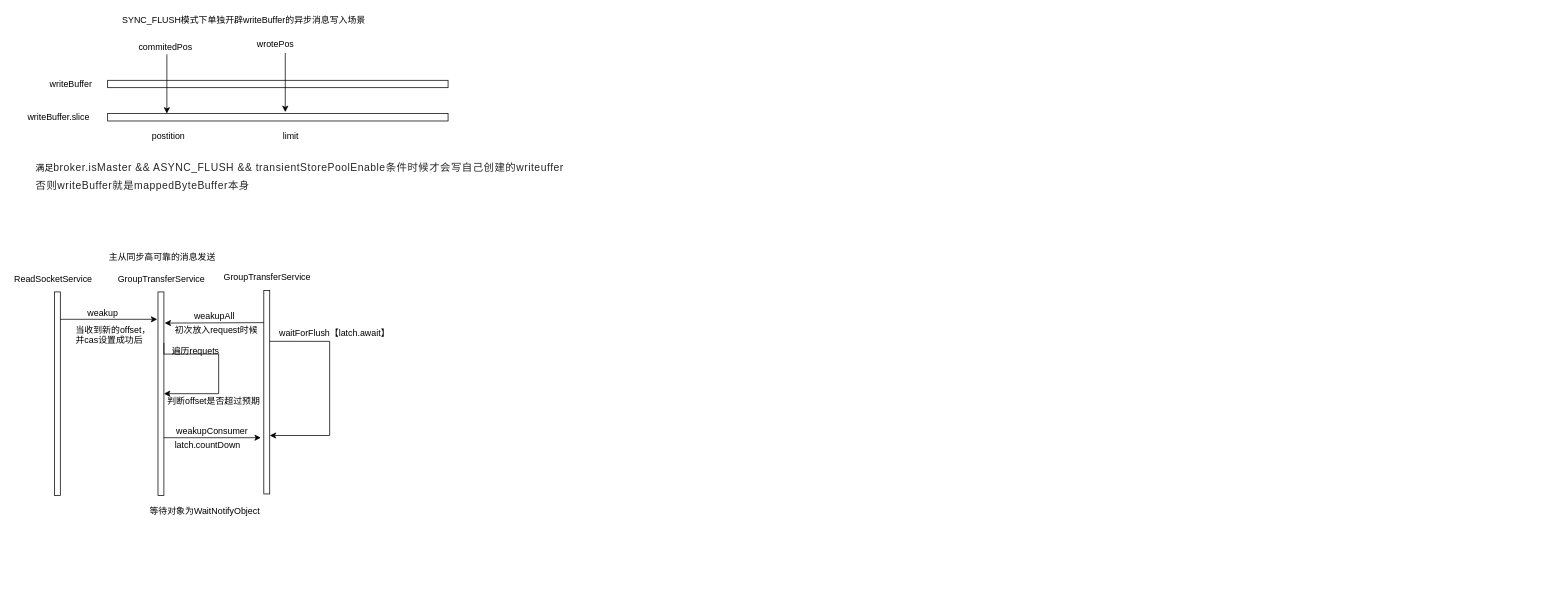
The draw.io diagram rocketmq.drawio in MihirrajDixit/drawio, before the edit. Source tidied: cells renumbered, new cells numbered last; positions are measured from the earlier drawing's top-left corner, leaving out a move shared by most shapes. Both pictures are drawn from the tidied source at 74%, with x=0, y=0 at pixel (13, 13).
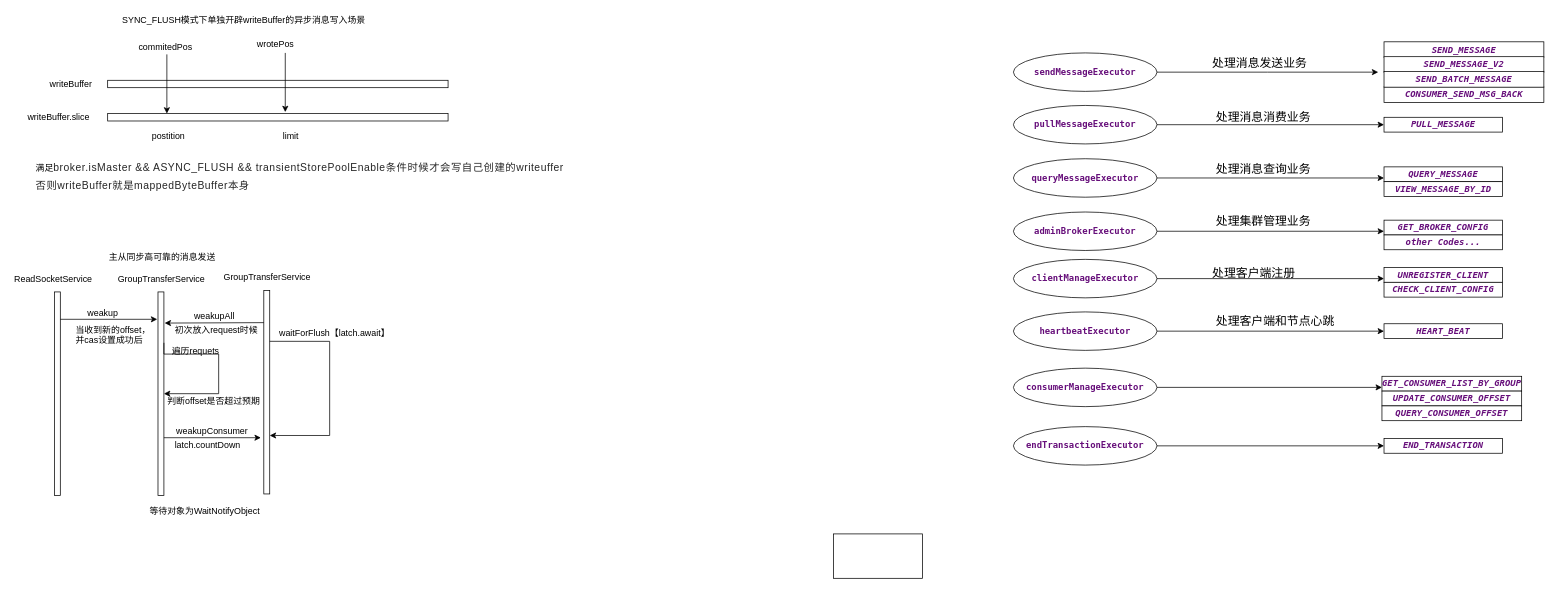
Above is the later version.

Change to the diagram source:
```diff
@@
+    <mxCell id="36" style="edgeStyle=orthogonalEdgeStyle;rounded=0;jettySize=auto;html=1;" parent="1" edge="1" source="37">
+      <mxGeometry relative="1" as="geometry">
+        <mxPoint x="1845" y="80" as="targetPoint" />
+      </mxGeometry>
+    </mxCell>
+    <mxCell id="37" value="&lt;pre style=&quot;font-family: &amp;#34;menlo&amp;#34; ; font-size: 9pt&quot;&gt;&lt;span style=&quot;color: #660e7a ; font-weight: bold&quot;&gt;sendMessageExecutor&lt;/span&gt;&lt;/pre&gt;" style="ellipse;whiteSpace=wrap;html=1;" parent="1" vertex="1">
+      <mxGeometry x="1352" y="54" width="194" height="52" as="geometry" />
+    </mxCell>
+    <mxCell id="38" style="edgeStyle=orthogonalEdgeStyle;rounded=0;jettySize=auto;html=1;exitX=1;exitY=0.5;exitDx=0;exitDy=0;" parent="1" edge="1" source="39" target="53">
+      <mxGeometry relative="1" as="geometry" />
+    </mxCell>
+    <mxCell id="39" value="&lt;pre style=&quot;font-family: &amp;#34;menlo&amp;#34; ; font-size: 9pt&quot;&gt;&lt;pre style=&quot;font-family: &amp;#34;menlo&amp;#34; ; font-size: 9pt&quot;&gt;&lt;span style=&quot;color: #660e7a ; font-weight: bold&quot;&gt;pullMessageExecutor&lt;/span&gt;&lt;/pre&gt;&lt;/pre&gt;" style="ellipse;whiteSpace=wrap;html=1;" parent="1" vertex="1">
+      <mxGeometry x="1352" y="125" width="194" height="52" as="geometry" />
+    </mxCell>
+    <mxCell id="40" style="edgeStyle=orthogonalEdgeStyle;rounded=0;jettySize=auto;html=1;exitX=1;exitY=0.5;exitDx=0;exitDy=0;entryX=0;entryY=0.75;entryDx=0;entryDy=0;" parent="1" edge="1" source="41" target="68">
+      <mxGeometry relative="1" as="geometry" />
+    </mxCell>
+    <mxCell id="41" value="&lt;pre style=&quot;font-family: &amp;#34;menlo&amp;#34; ; font-size: 9pt&quot;&gt;&lt;pre style=&quot;font-family: &amp;#34;menlo&amp;#34; ; font-size: 9pt&quot;&gt;&lt;span style=&quot;color: #660e7a ; font-weight: bold&quot;&gt;queryMessageExecutor&lt;/span&gt;&lt;/pre&gt;&lt;/pre&gt;" style="ellipse;whiteSpace=wrap;html=1;" parent="1" vertex="1">
+      <mxGeometry x="1352" y="197" width="194" height="52" as="geometry" />
+    </mxCell>
+    <mxCell id="42" style="edgeStyle=orthogonalEdgeStyle;rounded=0;jettySize=auto;html=1;exitX=1;exitY=0.5;exitDx=0;exitDy=0;entryX=0;entryY=0.75;entryDx=0;entryDy=0;" parent="1" edge="1" source="43" target="71">
+      <mxGeometry relative="1" as="geometry" />
+    </mxCell>
+    <mxCell id="43" value="&lt;pre style=&quot;font-family: &amp;#34;menlo&amp;#34; ; font-size: 9pt&quot;&gt;&lt;pre style=&quot;font-family: &amp;#34;menlo&amp;#34; ; font-size: 9pt&quot;&gt;&lt;pre style=&quot;font-family: &amp;#34;menlo&amp;#34; ; font-size: 9pt&quot;&gt;&lt;span style=&quot;color: #660e7a ; font-weight: bold&quot;&gt;adminBrokerExecutor&lt;/span&gt;&lt;/pre&gt;&lt;/pre&gt;&lt;/pre&gt;" style="ellipse;whiteSpace=wrap;html=1;" parent="1" vertex="1">
+      <mxGeometry x="1352" y="269" width="194" height="52" as="geometry" />
+    </mxCell>
+    <mxCell id="44" style="edgeStyle=orthogonalEdgeStyle;rounded=0;jettySize=auto;html=1;exitX=1;exitY=0.5;exitDx=0;exitDy=0;entryX=0;entryY=0.75;entryDx=0;entryDy=0;" parent="1" edge="1" source="45" target="55">
+      <mxGeometry relative="1" as="geometry" />
+    </mxCell>
+    <mxCell id="45" value="&lt;pre style=&quot;font-family: &amp;#34;menlo&amp;#34; ; font-size: 9pt&quot;&gt;&lt;pre style=&quot;font-family: &amp;#34;menlo&amp;#34; ; font-size: 9pt&quot;&gt;&lt;span style=&quot;color: #660e7a ; font-weight: bold&quot;&gt;clientManageExecutor&lt;/span&gt;&lt;/pre&gt;&lt;/pre&gt;" style="ellipse;whiteSpace=wrap;html=1;" parent="1" vertex="1">
+      <mxGeometry x="1352" y="333" width="194" height="52" as="geometry" />
+    </mxCell>
+    <mxCell id="46" style="edgeStyle=orthogonalEdgeStyle;rounded=0;jettySize=auto;html=1;exitX=1;exitY=0.5;exitDx=0;exitDy=0;entryX=0;entryY=0.5;entryDx=0;entryDy=0;" parent="1" edge="1" source="47" target="54">
+      <mxGeometry relative="1" as="geometry" />
+    </mxCell>
+    <mxCell id="47" value="&lt;pre style=&quot;font-family: &amp;#34;menlo&amp;#34; ; font-size: 9pt&quot;&gt;&lt;pre style=&quot;font-family: &amp;#34;menlo&amp;#34; ; font-size: 9pt&quot;&gt;&lt;pre style=&quot;font-family: &amp;#34;menlo&amp;#34; ; font-size: 9pt&quot;&gt;&lt;span style=&quot;color: #660e7a ; font-weight: bold&quot;&gt;heartbeatExecutor&lt;/span&gt;&lt;/pre&gt;&lt;/pre&gt;&lt;/pre&gt;" style="ellipse;whiteSpace=wrap;html=1;" parent="1" vertex="1">
+      <mxGeometry x="1352" y="404" width="194" height="52" as="geometry" />
+    </mxCell>
+    <mxCell id="48" style="edgeStyle=orthogonalEdgeStyle;rounded=0;jettySize=auto;html=1;exitX=1;exitY=0.5;exitDx=0;exitDy=0;entryX=0;entryY=0.75;entryDx=0;entryDy=0;" parent="1" edge="1" source="49" target="58">
+      <mxGeometry relative="1" as="geometry" />
+    </mxCell>
+    <mxCell id="49" value="&lt;pre style=&quot;font-family: &amp;#34;menlo&amp;#34; ; font-size: 9pt&quot;&gt;&lt;pre style=&quot;font-family: &amp;#34;menlo&amp;#34; ; font-size: 9pt&quot;&gt;&lt;pre style=&quot;font-family: &amp;#34;menlo&amp;#34; ; font-size: 9pt&quot;&gt;&lt;span style=&quot;color: #660e7a ; font-weight: bold&quot;&gt;consumerManageExecutor&lt;/span&gt;&lt;/pre&gt;&lt;/pre&gt;&lt;/pre&gt;" style="ellipse;whiteSpace=wrap;html=1;" parent="1" vertex="1">
+      <mxGeometry x="1352" y="480" width="194" height="52" as="geometry" />
+    </mxCell>
+    <mxCell id="50" style="edgeStyle=orthogonalEdgeStyle;rounded=0;jettySize=auto;html=1;exitX=1;exitY=0.5;exitDx=0;exitDy=0;entryX=0;entryY=0.5;entryDx=0;entryDy=0;" parent="1" edge="1" source="51" target="61">
+      <mxGeometry relative="1" as="geometry" />
+    </mxCell>
+    <mxCell id="51" value="&lt;pre style=&quot;font-family: &amp;#34;menlo&amp;#34; ; font-size: 9pt&quot;&gt;&lt;pre style=&quot;font-family: &amp;#34;menlo&amp;#34; ; font-size: 9pt&quot;&gt;&lt;pre style=&quot;font-family: &amp;#34;menlo&amp;#34; ; font-size: 9pt&quot;&gt;&lt;pre style=&quot;font-family: &amp;#34;menlo&amp;#34; ; font-size: 9pt&quot;&gt;&lt;span style=&quot;color: #660e7a ; font-weight: bold&quot;&gt;endTransactionExecutor&lt;/span&gt;&lt;/pre&gt;&lt;/pre&gt;&lt;/pre&gt;&lt;/pre&gt;" style="ellipse;whiteSpace=wrap;html=1;" parent="1" vertex="1">
+      <mxGeometry x="1352" y="559" width="194" height="52" as="geometry" />
+    </mxCell>
+    <mxCell id="52" style="rounded=0;whiteSpace=wrap;html=1;" parent="1" vertex="1">
+      <mxGeometry x="1109" y="704" width="120" height="60" as="geometry" />
+    </mxCell>
+    <mxCell id="53" value="&lt;pre style=&quot;font-family: &amp;#34;menlo&amp;#34; ; font-size: 9pt&quot;&gt;&lt;span style=&quot;color: #660e7a ; font-weight: bold ; font-style: italic&quot;&gt;PULL_MESSAGE&lt;/span&gt;&lt;/pre&gt;" style="rounded=0;whiteSpace=wrap;html=1;" parent="1" vertex="1">
+      <mxGeometry x="1852.8" y="141" width="160" height="20" as="geometry" />
+    </mxCell>
+    <mxCell id="54" value="&lt;pre style=&quot;font-family: &amp;#34;menlo&amp;#34; ; font-size: 9pt&quot;&gt;&lt;pre style=&quot;font-family: &amp;#34;menlo&amp;#34; ; font-size: 9pt&quot;&gt;&lt;span style=&quot;color: #660e7a ; font-weight: bold ; font-style: italic&quot;&gt;HEART_BEAT&lt;/span&gt;&lt;/pre&gt;&lt;/pre&gt;" style="rounded=0;whiteSpace=wrap;html=1;" parent="1" vertex="1">
+      <mxGeometry x="1852.8" y="420" width="160" height="20" as="geometry" />
+    </mxCell>
+    <mxCell id="55" value="&lt;pre style=&quot;font-family: &amp;#34;menlo&amp;#34; ; font-size: 9pt&quot;&gt;&lt;pre style=&quot;font-family: &amp;#34;menlo&amp;#34; ; font-size: 9pt&quot;&gt;&lt;pre style=&quot;font-family: &amp;#34;menlo&amp;#34; ; font-size: 9pt&quot;&gt;&lt;span style=&quot;color: #660e7a ; font-weight: bold ; font-style: italic&quot;&gt;UNREGISTER_CLIENT&lt;/span&gt;&lt;/pre&gt;&lt;/pre&gt;&lt;/pre&gt;" style="rounded=0;whiteSpace=wrap;html=1;" parent="1" vertex="1">
+      <mxGeometry x="1852.8" y="344" width="160" height="20" as="geometry" />
+    </mxCell>
+    <mxCell id="56" value="&lt;pre style=&quot;font-family: &amp;#34;menlo&amp;#34; ; font-size: 9pt&quot;&gt;&lt;pre style=&quot;font-family: &amp;#34;menlo&amp;#34; ; font-size: 9pt&quot;&gt;&lt;pre style=&quot;font-family: &amp;#34;menlo&amp;#34; ; font-size: 9pt&quot;&gt;&lt;span style=&quot;color: #660e7a ; font-weight: bold ; font-style: italic&quot;&gt;CHECK_CLIENT_CONFIG&lt;/span&gt;&lt;/pre&gt;&lt;/pre&gt;&lt;/pre&gt;" style="rounded=0;whiteSpace=wrap;html=1;" parent="1" vertex="1">
+      <mxGeometry x="1852.8" y="364" width="160" height="20" as="geometry" />
+    </mxCell>
+    <mxCell id="57" style="group;" parent="1" vertex="1">
+      <mxGeometry x="1822.8" y="491" width="216" height="60" as="geometry" />
+    </mxCell>
+    <mxCell id="58" value="&lt;pre style=&quot;font-family: &amp;#34;menlo&amp;#34; ; font-size: 9pt&quot;&gt;&lt;pre style=&quot;font-family: &amp;#34;menlo&amp;#34; ; font-size: 9pt&quot;&gt;&lt;pre style=&quot;font-family: &amp;#34;menlo&amp;#34; ; font-size: 9pt&quot;&gt;&lt;pre style=&quot;font-family: &amp;#34;menlo&amp;#34; ; font-size: 9pt&quot;&gt;&lt;span style=&quot;color: #660e7a ; font-weight: bold ; font-style: italic&quot;&gt;GET_CONSUMER_LIST_BY_GROUP&lt;/span&gt;&lt;/pre&gt;&lt;/pre&gt;&lt;/pre&gt;&lt;/pre&gt;" style="rounded=0;whiteSpace=wrap;html=1;" parent="57" vertex="1">
+      <mxGeometry x="27.2" width="188.8" height="20" as="geometry" />
+    </mxCell>
+    <mxCell id="59" value="&lt;pre style=&quot;font-family: &amp;#34;menlo&amp;#34; ; font-size: 9pt&quot;&gt;&lt;pre style=&quot;font-family: &amp;#34;menlo&amp;#34; ; font-size: 9pt&quot;&gt;&lt;pre style=&quot;font-family: &amp;#34;menlo&amp;#34; ; font-size: 9pt&quot;&gt;&lt;pre style=&quot;font-family: &amp;#34;menlo&amp;#34; ; font-size: 9pt&quot;&gt;&lt;span style=&quot;color: #660e7a ; font-weight: bold ; font-style: italic&quot;&gt;UPDATE_CONSUMER_OFFSET&lt;/span&gt;&lt;/pre&gt;&lt;/pre&gt;&lt;/pre&gt;&lt;/pre&gt;" style="rounded=0;whiteSpace=wrap;html=1;" parent="57" vertex="1">
+      <mxGeometry x="27.2" y="20" width="188.8" height="20" as="geometry" />
+    </mxCell>
+    <mxCell id="60" value="&lt;pre style=&quot;font-family: &amp;#34;menlo&amp;#34; ; font-size: 9pt&quot;&gt;&lt;pre style=&quot;font-family: &amp;#34;menlo&amp;#34; ; font-size: 9pt&quot;&gt;&lt;pre style=&quot;font-family: &amp;#34;menlo&amp;#34; ; font-size: 9pt&quot;&gt;&lt;pre style=&quot;font-family: &amp;#34;menlo&amp;#34; ; font-size: 9pt&quot;&gt;&lt;pre style=&quot;font-family: &amp;#34;menlo&amp;#34; ; font-size: 9pt&quot;&gt;&lt;span style=&quot;color: #660e7a ; font-weight: bold ; font-style: italic&quot;&gt;QUERY_CONSUMER_OFFSET&lt;/span&gt;&lt;/pre&gt;&lt;/pre&gt;&lt;/pre&gt;&lt;/pre&gt;&lt;/pre&gt;" style="rounded=0;whiteSpace=wrap;html=1;" parent="57" vertex="1">
+      <mxGeometry x="27.2" y="40" width="188.8" height="20" as="geometry" />
+    </mxCell>
+    <mxCell id="61" value="&lt;pre style=&quot;font-family: &amp;#34;menlo&amp;#34; ; font-size: 9pt&quot;&gt;&lt;pre style=&quot;font-family: &amp;#34;menlo&amp;#34; ; font-size: 9pt&quot;&gt;&lt;pre style=&quot;font-family: &amp;#34;menlo&amp;#34; ; font-size: 9pt&quot;&gt;&lt;span style=&quot;color: #660e7a ; font-weight: bold ; font-style: italic&quot;&gt;END_TRANSACTION&lt;/span&gt;&lt;/pre&gt;&lt;/pre&gt;&lt;/pre&gt;" style="rounded=0;whiteSpace=wrap;html=1;" parent="1" vertex="1">
+      <mxGeometry x="1852.8" y="575" width="160" height="20" as="geometry" />
+    </mxCell>
+    <mxCell id="62" style="group;" parent="1" vertex="1">
+      <mxGeometry x="1852.8" y="39" width="216" height="82" as="geometry" />
+    </mxCell>
+    <mxCell id="63" value="&lt;pre style=&quot;font-family: &amp;#34;menlo&amp;#34; ; font-size: 9pt&quot;&gt;&lt;span style=&quot;color: #660e7a ; font-weight: bold ; font-style: italic&quot;&gt;CONSUMER_SEND_MSG_BACK&lt;/span&gt;&lt;/pre&gt;" style="rounded=0;whiteSpace=wrap;html=1;" parent="62" vertex="1">
+      <mxGeometry y="60.9" width="216" height="21.1" as="geometry" />
+    </mxCell>
+    <mxCell id="64" value="&lt;pre style=&quot;font-family: &amp;#34;menlo&amp;#34; ; font-size: 9pt&quot;&gt;&lt;span style=&quot;color: #660e7a ; font-weight: bold ; font-style: italic&quot;&gt;SEND_MESSAGE&lt;/span&gt;&lt;/pre&gt;" style="rounded=0;whiteSpace=wrap;html=1;" parent="62" vertex="1">
+      <mxGeometry width="216" height="21.1" as="geometry" />
+    </mxCell>
+    <mxCell id="65" value="&lt;pre style=&quot;font-family: &amp;#34;menlo&amp;#34; ; font-size: 9pt&quot;&gt;&lt;span style=&quot;color: #660e7a ; font-weight: bold ; font-style: italic&quot;&gt;SEND_MESSAGE_V2&lt;/span&gt;&lt;/pre&gt;" style="rounded=0;whiteSpace=wrap;html=1;" parent="62" vertex="1">
+      <mxGeometry y="20.1" width="216" height="21.1" as="geometry" />
+    </mxCell>
+    <mxCell id="66" value="&lt;pre style=&quot;font-family: &amp;#34;menlo&amp;#34; ; font-size: 9pt&quot;&gt;&lt;span style=&quot;color: #660e7a ; font-weight: bold ; font-style: italic&quot;&gt;SEND_BATCH_MESSAGE&lt;/span&gt;&lt;/pre&gt;" style="rounded=0;whiteSpace=wrap;html=1;" parent="62" vertex="1">
+      <mxGeometry y="40.2" width="216" height="21.1" as="geometry" />
+    </mxCell>
+    <mxCell id="67" style="group;" parent="1" vertex="1">
+      <mxGeometry x="1852.8" y="208" width="160" height="40" as="geometry" />
+    </mxCell>
+    <mxCell id="68" value="&lt;pre style=&quot;font-family: &amp;#34;menlo&amp;#34; ; font-size: 9pt&quot;&gt;&lt;pre style=&quot;font-family: &amp;#34;menlo&amp;#34; ; font-size: 9pt&quot;&gt;&lt;span style=&quot;color: #660e7a ; font-weight: bold ; font-style: italic&quot;&gt;QUERY_MESSAGE&lt;/span&gt;&lt;/pre&gt;&lt;/pre&gt;" style="rounded=0;whiteSpace=wrap;html=1;" parent="67" vertex="1">
+      <mxGeometry width="160" height="20" as="geometry" />
+    </mxCell>
+    <mxCell id="69" value="&lt;pre style=&quot;font-family: &amp;#34;menlo&amp;#34; ; font-size: 9pt&quot;&gt;&lt;pre style=&quot;font-family: &amp;#34;menlo&amp;#34; ; font-size: 9pt&quot;&gt;&lt;span style=&quot;color: #660e7a ; font-weight: bold ; font-style: italic&quot;&gt;VIEW_MESSAGE_BY_ID&lt;/span&gt;&lt;/pre&gt;&lt;/pre&gt;" style="rounded=0;whiteSpace=wrap;html=1;" parent="67" vertex="1">
+      <mxGeometry y="20" width="160" height="20" as="geometry" />
+    </mxCell>
+    <mxCell id="70" style="group;" parent="1" vertex="1">
+      <mxGeometry x="1852.8" y="280" width="160" height="40" as="geometry" />
+    </mxCell>
+    <mxCell id="71" value="&lt;pre style=&quot;font-family: &amp;#34;menlo&amp;#34; ; font-size: 9pt&quot;&gt;&lt;pre style=&quot;font-family: &amp;#34;menlo&amp;#34; ; font-size: 9pt&quot;&gt;&lt;pre style=&quot;font-family: &amp;#34;menlo&amp;#34; ; font-size: 9pt&quot;&gt;&lt;pre style=&quot;font-family: &amp;#34;menlo&amp;#34; ; font-size: 9pt&quot;&gt;&lt;span style=&quot;color: #660e7a ; font-weight: bold ; font-style: italic&quot;&gt;GET_BROKER_CONFIG&lt;/span&gt;&lt;/pre&gt;&lt;/pre&gt;&lt;/pre&gt;&lt;/pre&gt;" style="rounded=0;whiteSpace=wrap;html=1;" parent="70" vertex="1">
+      <mxGeometry width="160" height="20" as="geometry" />
+    </mxCell>
+    <mxCell id="72" value="&lt;pre style=&quot;font-family: &amp;#34;menlo&amp;#34; ; font-size: 9pt&quot;&gt;&lt;pre style=&quot;font-family: &amp;#34;menlo&amp;#34; ; font-size: 9pt&quot;&gt;&lt;font color=&quot;#660e7a&quot;&gt;&lt;b&gt;&lt;i&gt;other Codes...&lt;/i&gt;&lt;/b&gt;&lt;/font&gt;&lt;/pre&gt;&lt;/pre&gt;" style="rounded=0;whiteSpace=wrap;html=1;" parent="70" vertex="1">
+      <mxGeometry y="20" width="160" height="20" as="geometry" />
+    </mxCell>
+    <mxCell id="73" value="处理消息发送业务" style="text;html=1;align=left;verticalAlign=top;spacingTop=-4;fontSize=16;" parent="1" vertex="1">
+      <mxGeometry x="1619" y="56" width="106" height="14" as="geometry" />
+    </mxCell>
+    <mxCell id="74" value="处理消息消费业务" style="text;html=1;align=left;verticalAlign=top;spacingTop=-4;fontSize=16;" parent="1" vertex="1">
+      <mxGeometry x="1624" y="129" width="138" height="19" as="geometry" />
+    </mxCell>
+    <mxCell id="75" value="处理消息查询业务" style="text;html=1;align=left;verticalAlign=top;spacingTop=-4;fontSize=16;" parent="1" vertex="1">
+      <mxGeometry x="1624" y="199" width="138" height="19" as="geometry" />
+    </mxCell>
+    <mxCell id="76" value="处理集群管理业务" style="text;html=1;align=left;verticalAlign=top;spacingTop=-4;fontSize=16;" parent="1" vertex="1">
+      <mxGeometry x="1624" y="269" width="138" height="19" as="geometry" />
+    </mxCell>
+    <mxCell id="77" value="处理客户端注册" style="text;html=1;align=left;verticalAlign=top;spacingTop=-4;fontSize=16;" parent="1" vertex="1">
+      <mxGeometry x="1619" y="339" width="122" height="19" as="geometry" />
+    </mxCell>
+    <mxCell id="78" value="处理客户端和节点心跳" style="text;html=1;align=left;verticalAlign=top;spacingTop=-4;fontSize=16;" parent="1" vertex="1">
+      <mxGeometry x="1624" y="404" width="170" height="19" as="geometry" />
+    </mxCell>
```
